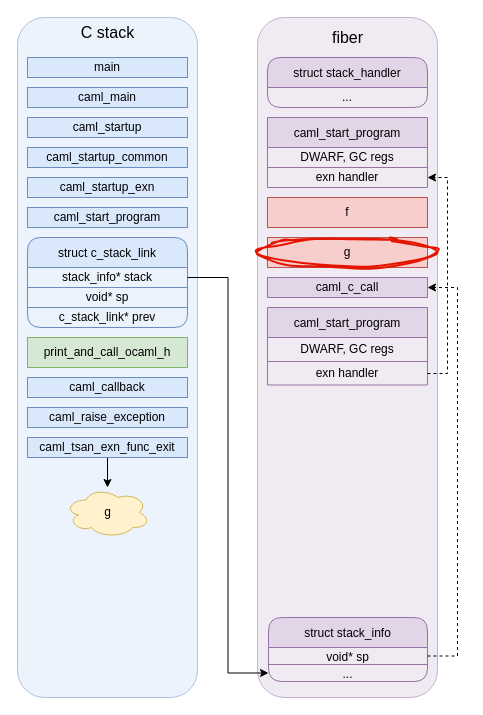
Above: Exception/exceptions.drawio in fabbing/ocaml_tsan_talk (draw.io), before the change. Source tidied: cells renumbered, new cells numbered last; positions are measured from the earlier drawing's top-left corner, leaving out a move shared by most shapes. Both pictures are drawn from the tidied source at 100%, with x=0, y=0 at pixel (17, 17).
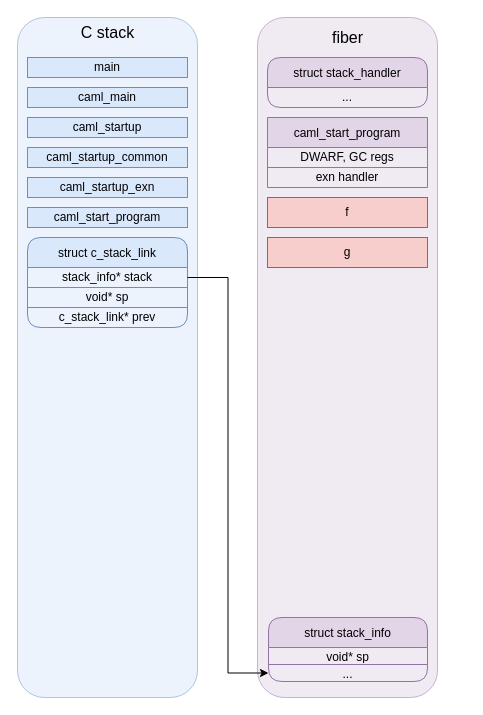
Above is the later version.

Diff of the diagram source:
```diff
@@
-    <mxCell id="36" parent="0" />
-    <mxCell id="37" value="caml_c_call" style="rounded=0;whiteSpace=wrap;html=1;fillColor=#e1d5e7;strokeColor=#9673a6;" parent="36" vertex="1">
-      <mxGeometry x="250" y="260" width="160" height="20" as="geometry" />
-    </mxCell>
-    <mxCell id="38" style="edgeStyle=orthogonalEdgeStyle;rounded=0;jettySize=auto;html=1;exitX=1;exitY=0.5;exitDx=0;exitDy=0;entryX=1;entryY=0.5;entryDx=0;entryDy=0;dashed=1;" parent="36" edge="1" target="37">
-      <mxGeometry relative="1" as="geometry">
-        <mxPoint x="410" y="638.5" as="sourcePoint" />
-        <Array as="points">
-          <mxPoint x="440" y="639" />
-          <mxPoint x="440" y="270" />
-        </Array>
-      </mxGeometry>
-    </mxCell>
-    <mxCell id="39" value="print_and_call_ocaml_h" style="rounded=0;whiteSpace=wrap;html=1;fillColor=#d5e8d4;strokeColor=#82b366;" parent="36" vertex="1">
-      <mxGeometry x="10" y="320" width="160" height="30" as="geometry" />
-    </mxCell>
-    <mxCell id="40" parent="0" />
-    <mxCell id="41" value="caml_callback" style="rounded=0;whiteSpace=wrap;html=1;fillColor=#dae8fc;strokeColor=#6c8ebf;" parent="40" vertex="1">
-      <mxGeometry x="10" y="360" width="160" height="20" as="geometry" />
-    </mxCell>
-    <mxCell id="42" parent="0" />
-    <mxCell id="43" value="caml_start_program" style="shape=table;startSize=30;childLayout=tableLayout;fillColor=#e1d5e7;strokeColor=#9673a6;" parent="42" vertex="1">
-      <mxGeometry x="250" y="290" width="160" height="77.5" as="geometry" />
-    </mxCell>
-    <mxCell id="44" style="shape=tableRow;horizontal=0;startSize=0;swimlaneHead=0;swimlaneBody=0;strokeColor=inherit;top=0;left=0;bottom=0;right=0;fillColor=none;" parent="43" vertex="1">
-      <mxGeometry y="30" width="160" height="24" as="geometry" />
-    </mxCell>
-    <mxCell id="45" value="DWARF, GC regs" style="shape=partialRectangle;html=1;whiteSpace=wrap;strokeColor=inherit;overflow=hidden;fillColor=none;top=0;left=0;bottom=0;right=0;" parent="44" vertex="1">
-      <mxGeometry width="160" height="24" as="geometry" />
-    </mxCell>
-    <mxCell id="46" style="shape=tableRow;horizontal=0;startSize=0;swimlaneHead=0;swimlaneBody=0;strokeColor=inherit;top=0;left=0;bottom=0;right=0;fillColor=none;points=[[0,0.5],[1,0.5]];portConstraint=eastwest;" parent="43" vertex="1">
-      <mxGeometry y="54" width="160" height="24" as="geometry" />
-    </mxCell>
-    <mxCell id="47" value="exn handler" style="shape=partialRectangle;html=1;whiteSpace=wrap;strokeColor=inherit;overflow=hidden;fillColor=none;top=0;left=0;bottom=0;right=0;" parent="46" vertex="1">
-      <mxGeometry width="160" height="24" as="geometry" />
-    </mxCell>
-    <mxCell id="48" style="edgeStyle=orthogonalEdgeStyle;rounded=0;jettySize=auto;html=1;exitX=1;exitY=0.5;exitDx=0;exitDy=0;entryX=1;entryY=0.5;entryDx=0;entryDy=0;dashed=1;" parent="42" edge="1" source="46">
-      <mxGeometry relative="1" as="geometry">
-        <mxPoint x="410" y="160" as="targetPoint" />
-        <Array as="points">
-          <mxPoint x="430" y="356" />
-          <mxPoint x="430" y="160" />
-        </Array>
-      </mxGeometry>
-    </mxCell>
-    <mxCell id="49" parent="0" />
-    <mxCell id="50" value="&lt;div&gt;caml_raise_exception&lt;/div&gt;" style="rounded=0;whiteSpace=wrap;html=1;fillColor=#dae8fc;strokeColor=#6c8ebf;" parent="49" vertex="1">
-      <mxGeometry x="10" y="390" width="160" height="20" as="geometry" />
-    </mxCell>
-    <mxCell id="51" style="edgeStyle=orthogonalEdgeStyle;rounded=0;jettySize=auto;html=1;" parent="49" edge="1" source="52" target="53">
-      <mxGeometry relative="1" as="geometry" />
-    </mxCell>
-    <mxCell id="52" value="caml_tsan_exn_func_exit" style="rounded=0;whiteSpace=wrap;html=1;fillColor=#dae8fc;strokeColor=#6c8ebf;" parent="49" vertex="1">
-      <mxGeometry x="10" y="420" width="160" height="20" as="geometry" />
-    </mxCell>
-    <mxCell id="53" value="g" style="ellipse;shape=cloud;whiteSpace=wrap;html=1;fillColor=#fff2cc;strokeColor=#d6b656;" parent="49" vertex="1">
-      <mxGeometry x="47.5" y="470" width="85" height="50" as="geometry" />
-    </mxCell>
-    <mxCell id="54" style="ellipse;whiteSpace=wrap;html=1;fillColor=none;strokeColor=#E51400;strokeWidth=2;sketch=1;curveFitting=1;jiggle=2;" parent="49" vertex="1">
-      <mxGeometry x="240" y="220" width="180" height="30" as="geometry" />
-    </mxCell>
```
